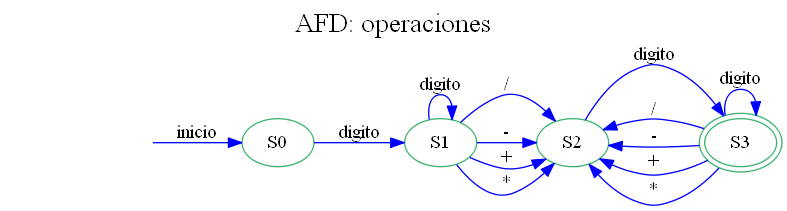
SelvinLP/-OLC1-Practica1_201701133 keeps this Graphviz diagram as OLC1_Practica1_201701133/AFD3.png. Above is the earlier version. Its source is kept beside it as OLC1_Practica1_201701133/AFD3.dot.
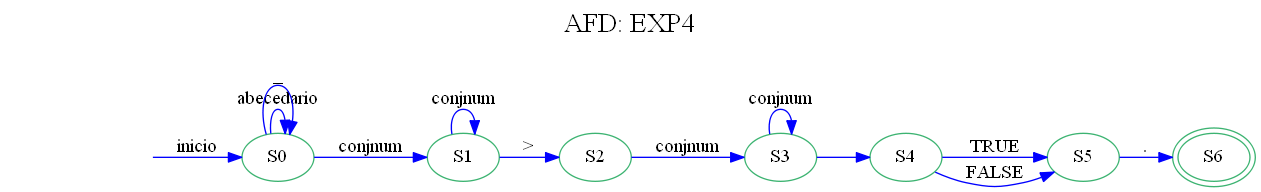
Above is the later version.

Diff of the diagram source:
```diff
@@ -1,21 +1,23 @@
 digraph AFD {
-graph [label="AFD: operaciones", labelloc=t, fontsize=20]; rankdir=LR;edge [color=blue];node [color = mediumseagreen];"S0"[ label=S0]
+graph [label="AFD: EXP4", labelloc=t, fontsize=20]; rankdir=LR;edge [color=blue];node [color = mediumseagreen];"S0"[ label=S0]
 "S1"[ label=S1]
 "S2"[ label=S2]
 "S3"[ label=S3]
+"S4"[ label=S4]
+"S5"[ label=S5]
+"S6"[ label=S6]
 secret_node [style=invis];
-secret_node -> S0 [label="inicio"];S3[peripheries=2];
-"S0"->"S1"[label="digito"];
-"S1"->"S2"[label="\/"];
-"S1"->"S2"[label="\-"];
-"S1"->"S2"[label="\+"];
-"S1"->"S1"[label="digito"];
-"S1"->"S2"[label="\*"];
-"S2"->"S3"[label="digito"];
-"S3"->"S2"[label="\/"];
-"S3"->"S2"[label="\-"];
-"S3"->"S2"[label="\+"];
-"S3"->"S3"[label="digito"];
-"S3"->"S2"[label="\*"];
+secret_node -> S0 [label="inicio"];S6[peripheries=2];
+"S0"->"S0"[label="abecedario"];
+"S0"->"S0"[label="\_"];
+"S0"->"S1"[label="conjnum"];
+"S1"->"S2"[label="\>"];
+"S1"->"S1"[label="conjnum"];
+"S2"->"S3"[label="conjnum"];
+"S3"->"S4"[label=" "];
+"S3"->"S3"[label="conjnum"];
+"S4"->"S5"[label="TRUE"];
+"S4"->"S5"[label="FALSE"];
+"S5"->"S6"[label="\."];
 
 }
```
